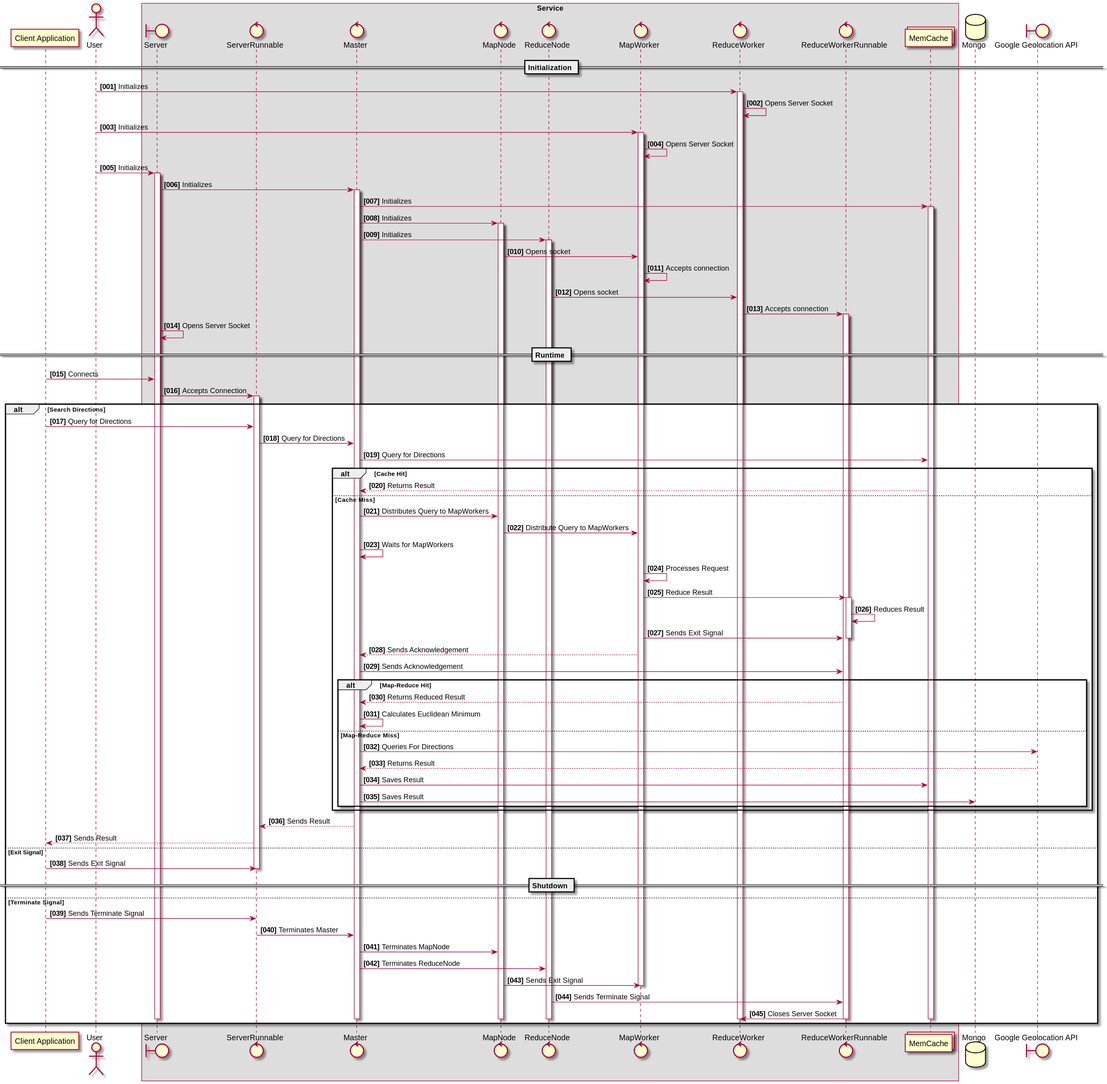
This is images/lifecycle.svg from steve-papadogiannis/dist-sys-server-java, a PlantUML export, as it was before one commit. The source it was exported from:
```plantuml
@startuml
participant "Client Application" as Client
actor User
box Service
boundary Server
control ServerRunnable
control Master
control MapNode
control ReduceNode
control MapWorker
control ReduceWorker
control ReduceWorkerRunnable
collections MemCache
end box
database Mongo
boundary "Google Geolocation API" as GGA
autonumber "<b>[000]"

== Initialization ==

User -> ReduceWorker : Initializes
activate ReduceWorker

ReduceWorker -> ReduceWorker : Opens Server Socket

User -> MapWorker : Initializes
activate MapWorker

MapWorker -> MapWorker : Opens Server Socket

User -> Server: Initializes
activate Server

Server -> Master : Initializes
activate Master

Master -> MemCache : Initializes
activate MemCache

Master -> MapNode : Initializes
activate MapNode

Master -> ReduceNode : Initializes
activate ReduceNode

MapNode -> MapWorker : Opens socket

MapWorker -> MapWorker : Accepts connection

ReduceNode -> ReduceWorker : Opens socket

ReduceWorker -> ReduceWorkerRunnable : Accepts connection
activate ReduceWorkerRunnable

Server -> Server : Opens Server Socket

== Runtime ==

Client -> Server : Connects

Server -> ServerRunnable : Accepts Connection
activate ServerRunnable

alt Search Directions

Client -> ServerRunnable : Query for Directions

ServerRunnable -> Master : Query for Directions

Master -> MemCache : Query for Directions

alt Cache Hit

MemCache --> Master : Returns Result

else Cache Miss

Master -> MapNode : Distributes Query to MapWorkers

MapNode -> MapWorker : Distribute Query to MapWorkers

Master -> Master : Waits for MapWorkers

MapWorker -> MapWorker : Processes Request

MapWorker -> ReduceWorkerRunnable : Reduce Result
activate ReduceWorkerRunnable

ReduceWorkerRunnable -> ReduceWorkerRunnable : Reduces Result

MapWorker -> ReduceWorkerRunnable : Sends Exit Signal
deactivate ReduceWorkerRunnable

MapWorker --> Master : Sends Acknowledgement

Master -> ReduceWorkerRunnable : Sends Acknowledgement

alt Map-Reduce Hit

ReduceWorkerRunnable --> Master : Returns Reduced Result

Master -> Master : Calculates Euclidean Minimum

else Map-Reduce Miss

Master -> GGA : Queries For Directions

GGA --> Master : Returns Result

Master -> MemCache : Saves Result

Master -> Mongo : Saves Result

end

end

Master --> ServerRunnable : Sends Result

ServerRunnable --> Client : Sends Result

else Exit Signal

Client -> ServerRunnable : Sends Exit Signal
deactivate ServerRunnable

== Shutdown ==

else Terminate Signal

Client -> ServerRunnable : Sends Terminate Signal

ServerRunnable -> Master : Terminates Master

Master -> MapNode : Terminates MapNode

Master -> ReduceNode : Terminates ReduceNode

MapNode -> MapWorker : Sends Exit Signal
deactivate MapWorker

ReduceNode -> ReduceWorkerRunnable : Sends Terminate Signal

ReduceWorkerRunnable -> ReduceWorker : Closes Server Socket

deactivate ReduceWorkerRunnable
deactivate ReduceWorker

deactivate ReduceNode
deactivate MapNode
deactivate MemCache
deactivate Master

deactivate ServerRunnable

deactivate Server

end


@enduml
```
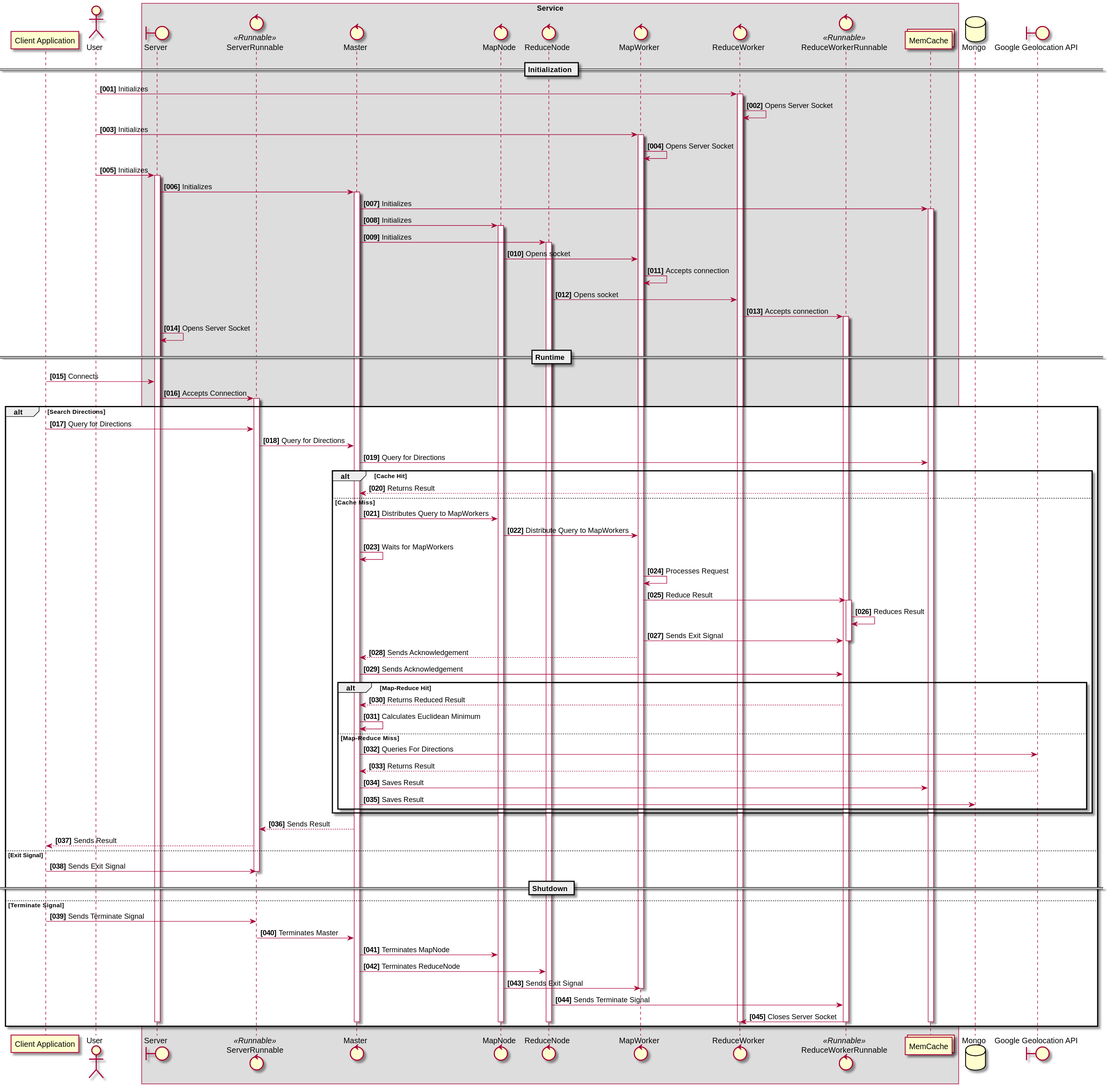
The same file after the commit.

Diff of the diagram source:
```diff
@@ -3,13 +3,13 @@
 actor User
 box Service
 boundary Server
-control ServerRunnable
+control ServerRunnable <<Runnable>>
 control Master
 control MapNode
 control ReduceNode
 control MapWorker
 control ReduceWorker
-control ReduceWorkerRunnable
+control ReduceWorkerRunnable <<Runnable>>
 collections MemCache
 end box
 database Mongo
```
